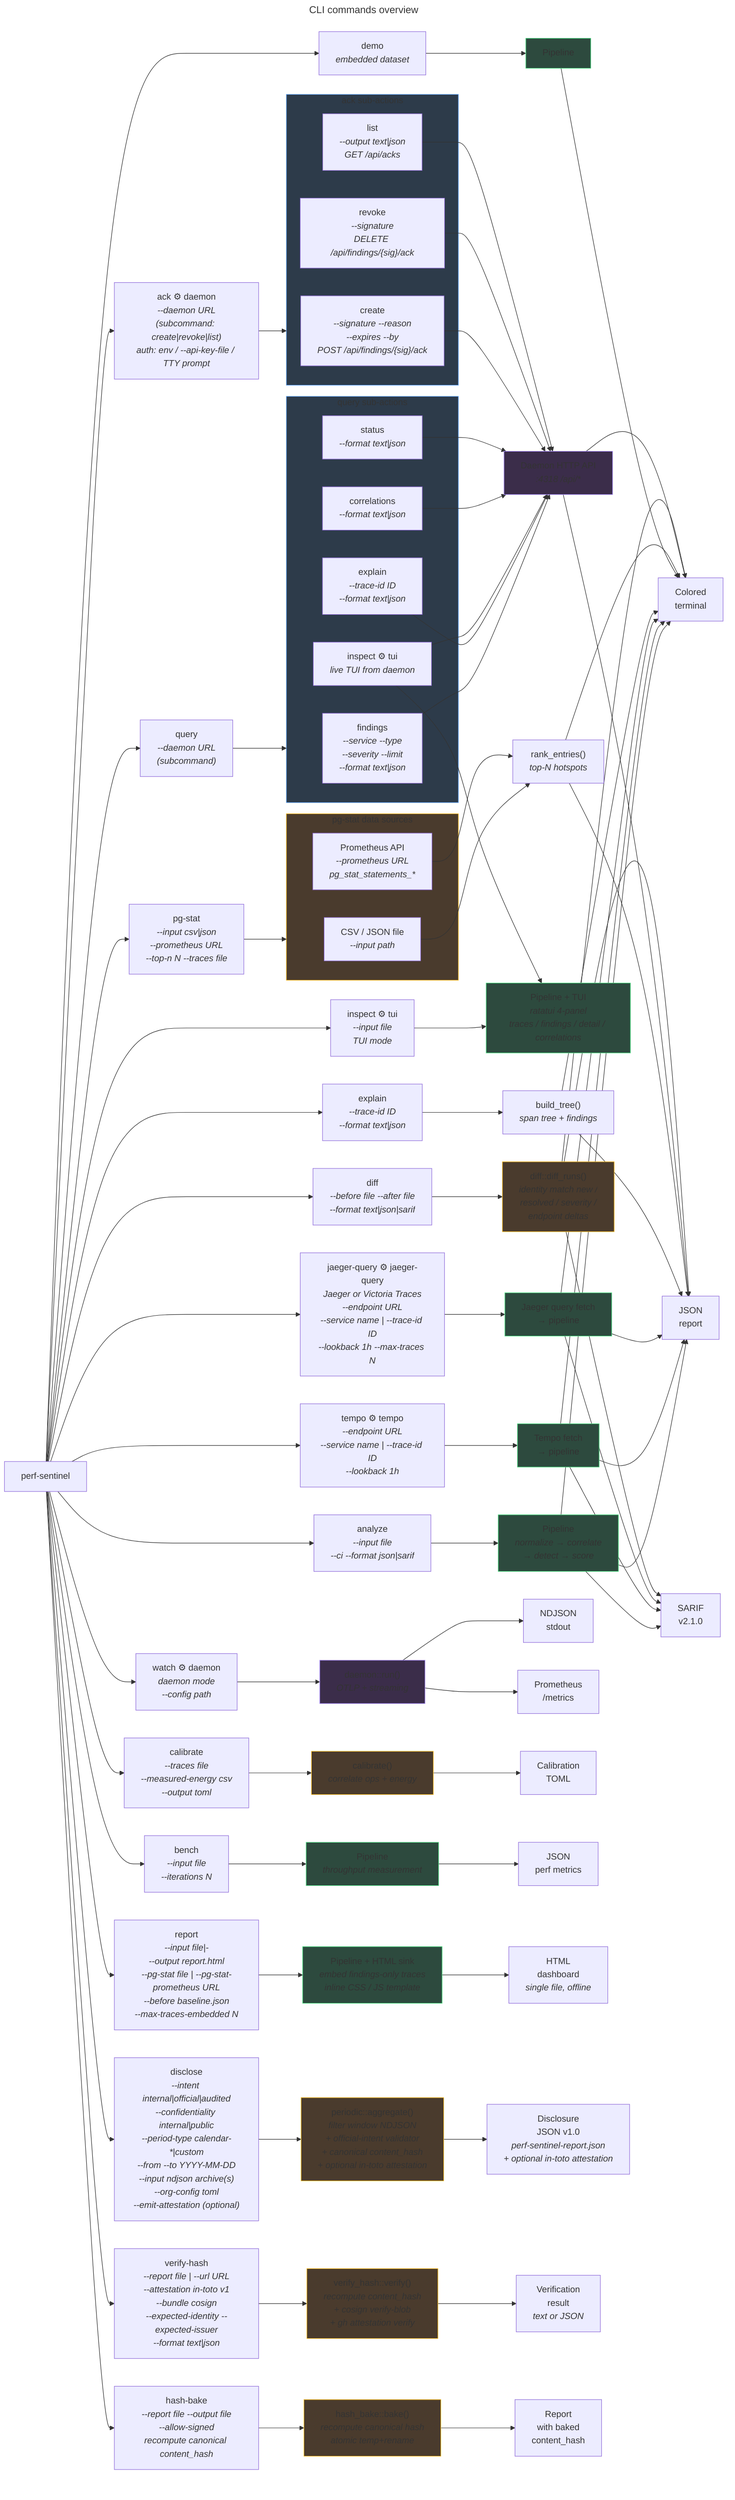
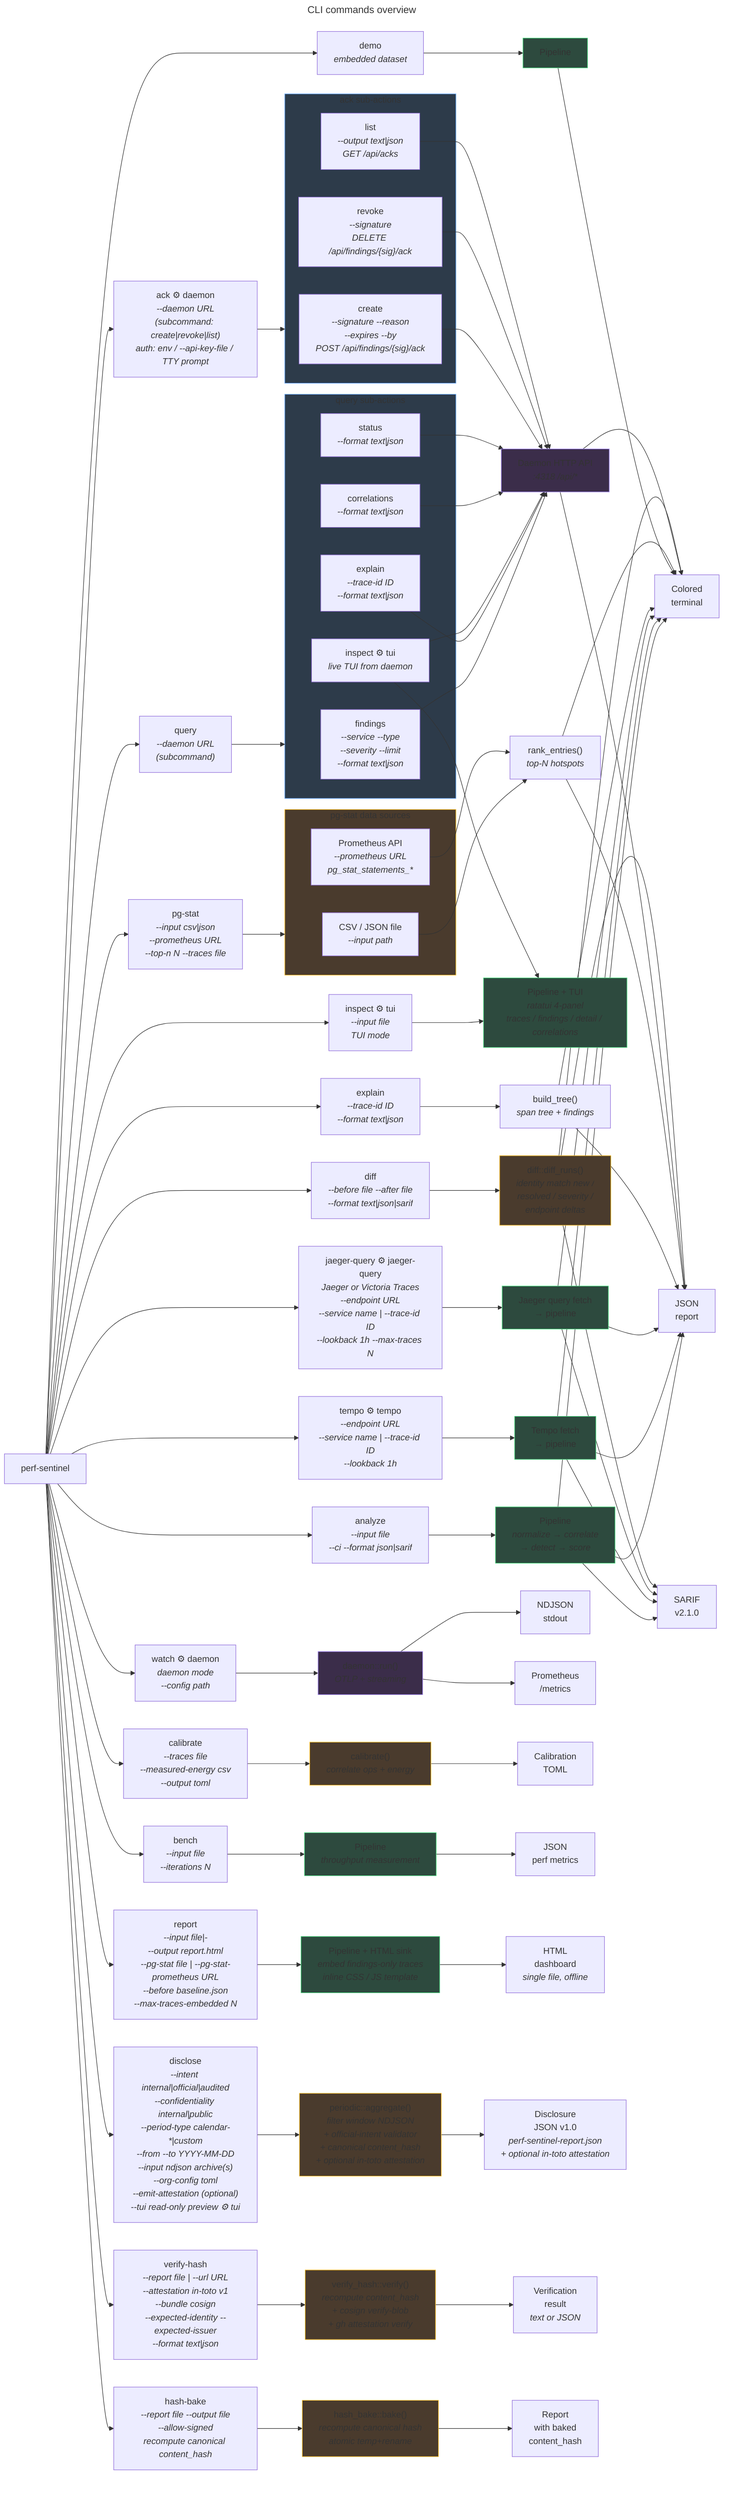
---
title: CLI commands overview
---
flowchart LR
    cli["perf-sentinel"]

    analyze["analyze<br/><i>--input file<br/>--ci --format json|sarif</i>"]
    explain["explain<br/><i>--trace-id ID<br/>--format text|json</i>"]
    inspect["inspect ⚙ tui<br/><i>--input file<br/>TUI mode</i>"]
    watch["watch ⚙ daemon<br/><i>daemon mode<br/>--config path</i>"]
    demo["demo<br/><i>embedded dataset</i>"]
    bench["bench<br/><i>--input file<br/>--iterations N</i>"]
    pgstat["pg-stat<br/><i>--input csv|json<br/>--prometheus URL<br/>--top-n N --traces file</i>"]
    tempo["tempo ⚙ tempo<br/><i>--endpoint URL<br/>--service name | --trace-id ID<br/>--lookback 1h</i>"]
    jaeger_query["jaeger-query ⚙ jaeger-query<br/><i>Jaeger or Victoria Traces<br/>--endpoint URL<br/>--service name | --trace-id ID<br/>--lookback 1h --max-traces N</i>"]
    calibrate["calibrate<br/><i>--traces file<br/>--measured-energy csv<br/>--output toml</i>"]
    query["query<br/><i>--daemon URL<br/>(subcommand)</i>"]
    ack["ack ⚙ daemon<br/><i>--daemon URL<br/>(subcommand: create|revoke|list)<br/>auth: env / --api-key-file / TTY prompt</i>"]
    report["report<br/><i>--input file|-<br/>--output report.html<br/>--pg-stat file | --pg-stat-prometheus URL<br/>--before baseline.json<br/>--max-traces-embedded N</i>"]
    diff["diff<br/><i>--before file --after file<br/>--format text|json|sarif</i>"]
-     disclose["disclose<br/><i>--intent internal|official|audited<br/>--confidentiality internal|public<br/>--period-type calendar-*|custom<br/>--from --to YYYY-MM-DD<br/>--input ndjson archive(s)<br/>--org-config toml<br/>--emit-attestation (optional)</i>"]
+     disclose["disclose<br/><i>--intent internal|official|audited<br/>--confidentiality internal|public<br/>--period-type calendar-*|custom<br/>--from --to YYYY-MM-DD<br/>--input ndjson archive(s)<br/>--org-config toml<br/>--emit-attestation (optional)<br/>--tui read-only preview ⚙ tui</i>"]
    verify_hash["verify-hash<br/><i>--report file | --url URL<br/>--attestation in-toto v1<br/>--bundle cosign<br/>--expected-identity --expected-issuer<br/>--format text|json</i>"]
    hash_bake["hash-bake<br/><i>--report file --output file<br/>--allow-signed<br/>recompute canonical content_hash</i>"]

    analyze_pipeline["Pipeline<br/><i>normalize &rarr; correlate<br/>&rarr; detect &rarr; score</i>"]
    tempo_pipeline["Tempo fetch<br/>&rarr; pipeline"]
    jaeger_query_pipeline["Jaeger query fetch<br/>&rarr; pipeline"]
    inspect_pipeline["Pipeline + TUI<br/><i>ratatui 4-panel<br/>traces / findings / detail / correlations</i>"]
    demo_pipeline["Pipeline"]
    bench_pipeline["Pipeline<br/><i>throughput measurement</i>"]
    report_pipeline["Pipeline + HTML sink<br/><i>embed findings-only traces<br/>inline CSS / JS template</i>"]
    diff_engine["diff::diff_runs()<br/><i>identity match new /<br/>resolved / severity /<br/>endpoint deltas</i>"]
    tree["build_tree()<br/><i>span tree + findings</i>"]
    daemon["daemon::run()<br/><i>OTLP + streaming</i>"]
    ranking["rank_entries()<br/><i>top-N hotspots</i>"]
    cal_engine["calibrate()<br/><i>correlate ops + energy</i>"]
    disclose_engine["periodic::aggregate()<br/><i>filter window NDJSON<br/>+ official-intent validator<br/>+ canonical content_hash<br/>+ optional in-toto attestation</i>"]
    verify_engine["verify_hash::verify()<br/><i>recompute content_hash<br/>+ cosign verify-blob<br/>+ gh attestation verify</i>"]
    hashbake_engine["hash_bake::bake()<br/><i>recompute canonical hash<br/>atomic temp+rename</i>"]

    subgraph pgstat_sources["pg-stat data sources"]
        pg_file["CSV / JSON file<br/><i>--input path</i>"]
        pg_prom["Prometheus API<br/><i>--prometheus URL<br/>pg_stat_statements_*</i>"]
    end

    subgraph query_actions["query sub-actions"]
        q_findings["findings<br/><i>--service --type<br/>--severity --limit<br/>--format text|json</i>"]
        q_explain["explain<br/><i>--trace-id ID<br/>--format text|json</i>"]
        q_inspect["inspect ⚙ tui<br/><i>live TUI from daemon</i>"]
        q_correlations["correlations<br/><i>--format text|json</i>"]
        q_status["status<br/><i>--format text|json</i>"]
    end

    subgraph ack_actions["ack sub-actions"]
        a_create["create<br/><i>--signature --reason<br/>--expires --by<br/>POST /api/findings/{sig}/ack</i>"]
        a_revoke["revoke<br/><i>--signature<br/>DELETE /api/findings/{sig}/ack</i>"]
        a_list["list<br/><i>--output text|json<br/>GET /api/acks</i>"]
    end

    daemon_api["Daemon HTTP API<br/><i>:4318 /api/*</i>"]

    report_text["Colored<br/>terminal"]
    report_json["JSON<br/>report"]
    report_sarif["SARIF<br/>v2.1.0"]
    report_ndjson["NDJSON<br/>stdout"]
    report_metrics["Prometheus<br/>/metrics"]
    report_toml["Calibration<br/>TOML"]
    report_bench["JSON<br/>perf metrics"]
    report_html["HTML<br/>dashboard<br/><i>single file, offline</i>"]
    report_disclose["Disclosure<br/>JSON v1.0<br/><i>perf-sentinel-report.json<br/>+ optional in-toto attestation</i>"]
    report_verify["Verification<br/>result<br/><i>text or JSON</i>"]
    report_baked["Report<br/>with baked<br/>content_hash"]

    cli --> analyze & explain & inspect & watch & demo & bench & pgstat & tempo & jaeger_query & calibrate & query & ack & report & diff & disclose & verify_hash & hash_bake

    analyze --> analyze_pipeline
    analyze_pipeline --> report_text
    analyze_pipeline --> report_json
    analyze_pipeline --> report_sarif

    tempo --> tempo_pipeline
    tempo_pipeline --> report_text
    tempo_pipeline --> report_json
    tempo_pipeline --> report_sarif

    jaeger_query --> jaeger_query_pipeline
    jaeger_query_pipeline --> report_text
    jaeger_query_pipeline --> report_json
    jaeger_query_pipeline --> report_sarif

    explain --> tree
    tree --> report_text
    tree --> report_json

    inspect --> inspect_pipeline

    watch --> daemon
    daemon --> report_ndjson
    daemon --> report_metrics

    demo --> demo_pipeline --> report_text

    bench --> bench_pipeline --> report_bench

    pgstat --> pgstat_sources
    pg_file --> ranking
    pg_prom --> ranking
    ranking --> report_text
    ranking --> report_json

    calibrate --> cal_engine --> report_toml

    query --> query_actions
    q_findings --> daemon_api
    q_explain --> daemon_api
    q_inspect --> daemon_api
    q_correlations --> daemon_api
    q_status --> daemon_api
    daemon_api --> report_text
    daemon_api --> report_json
    q_inspect --> inspect_pipeline

    ack --> ack_actions
    a_create --> daemon_api
    a_revoke --> daemon_api
    a_list --> daemon_api

    report --> report_pipeline
    report_pipeline --> report_html

    diff --> diff_engine
    diff_engine --> report_text
    diff_engine --> report_json
    diff_engine --> report_sarif

    disclose --> disclose_engine --> report_disclose
    verify_hash --> verify_engine --> report_verify
    hash_bake --> hashbake_engine --> report_baked

    style analyze_pipeline fill:#2d4a3e,stroke:#4ade80
    style tempo_pipeline fill:#2d4a3e,stroke:#4ade80
    style jaeger_query_pipeline fill:#2d4a3e,stroke:#4ade80
    style demo_pipeline fill:#2d4a3e,stroke:#4ade80
    style bench_pipeline fill:#2d4a3e,stroke:#4ade80
    style inspect_pipeline fill:#2d4a3e,stroke:#4ade80
    style report_pipeline fill:#2d4a3e,stroke:#4ade80
    style diff_engine fill:#4a3b2d,stroke:#fbbf24
    style cal_engine fill:#4a3b2d,stroke:#fbbf24
    style daemon fill:#3b2d4a,stroke:#a78bfa
    style query_actions fill:#2d3b4a,stroke:#60a5fa
    style ack_actions fill:#2d3b4a,stroke:#60a5fa
    style pgstat_sources fill:#4a3b2d,stroke:#fbbf24
    style daemon_api fill:#3b2d4a,stroke:#a78bfa
    style disclose_engine fill:#4a3b2d,stroke:#fbbf24
    style verify_engine fill:#4a3b2d,stroke:#fbbf24
    style hashbake_engine fill:#4a3b2d,stroke:#fbbf24
